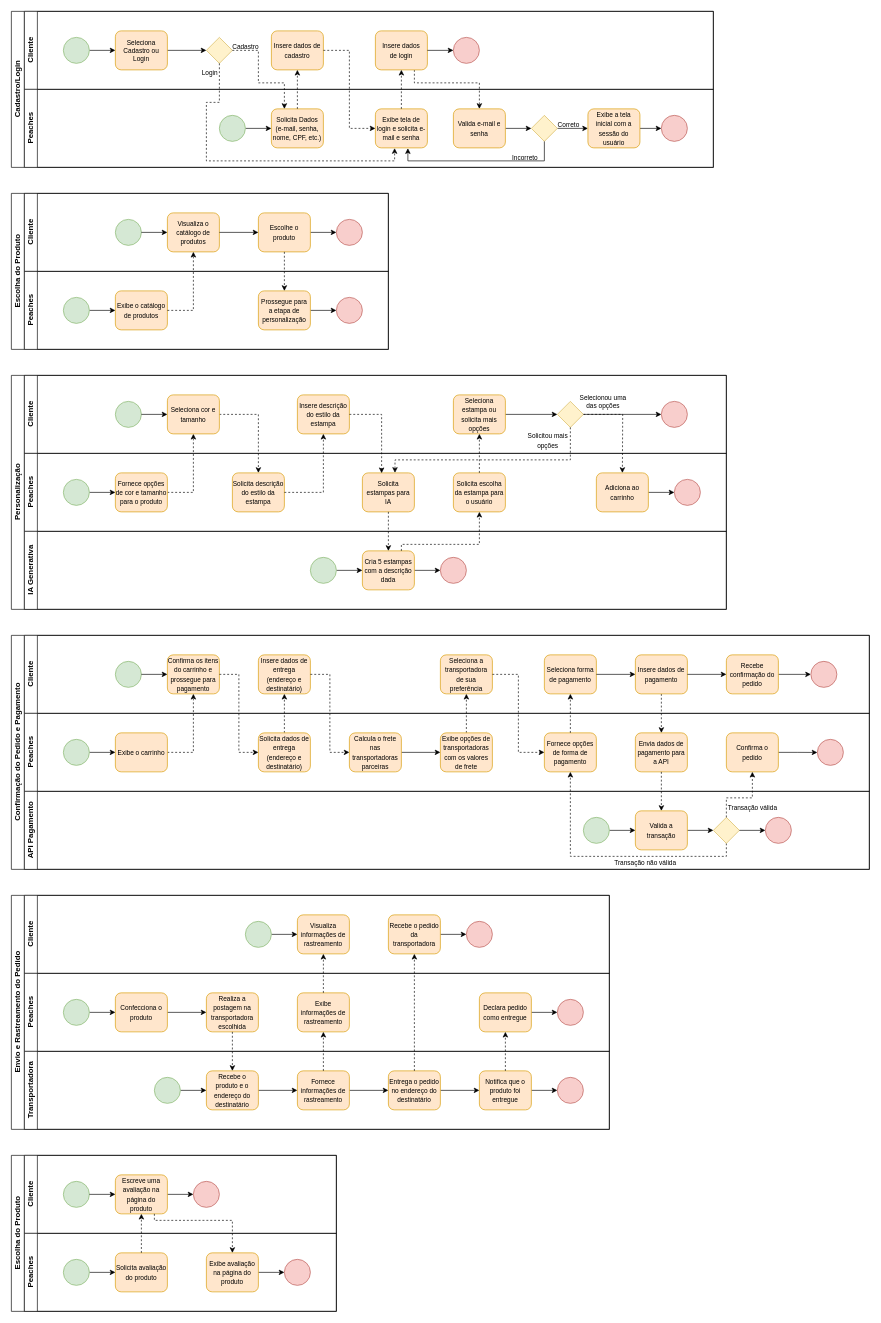
This is fluxo_atividades_negocio.drawio from peaches-ai-clothing/Peaches_B2C, a draw.io file, before an edit. Source tidied: cells renumbered, new cells numbered last; positions are measured from the earlier drawing's top-left corner, leaving out a move shared by most shapes. Both pictures are drawn from the tidied source at 65%, with x=0, y=0 at pixel (11, 11).
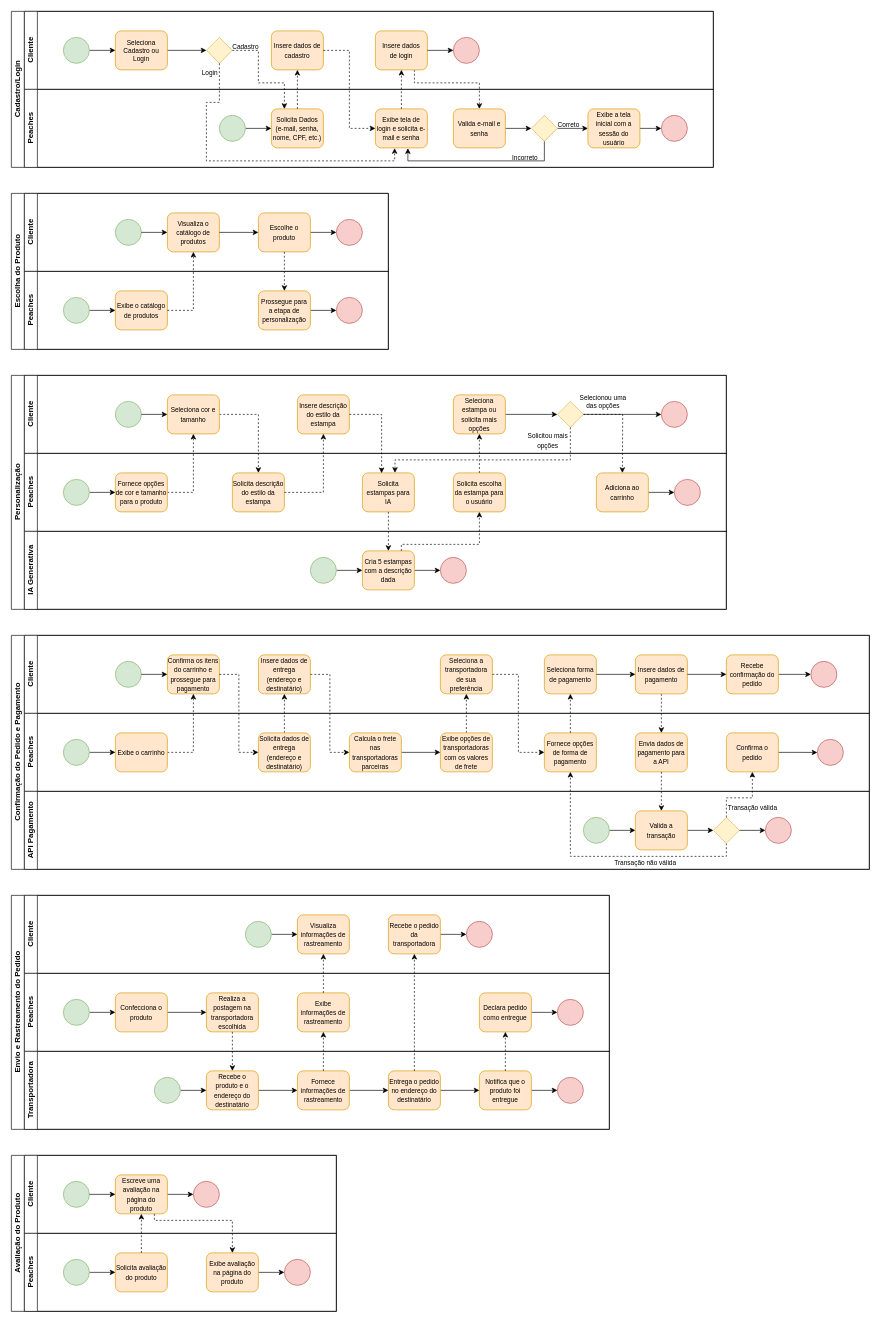
After the change.

Diff of the diagram source:
```diff
@@
-    <mxCell id="184" value="Escolha do Produto" style="swimlane;html=1;horizontal=0;startSize=20;" parent="1" vertex="1">
+    <mxCell id="184" value="Avaliação do Produto" style="swimlane;html=1;horizontal=0;startSize=20;" parent="1" vertex="1">
       <mxGeometry y="1760" width="500" height="240" as="geometry" />
     </mxCell>
```
